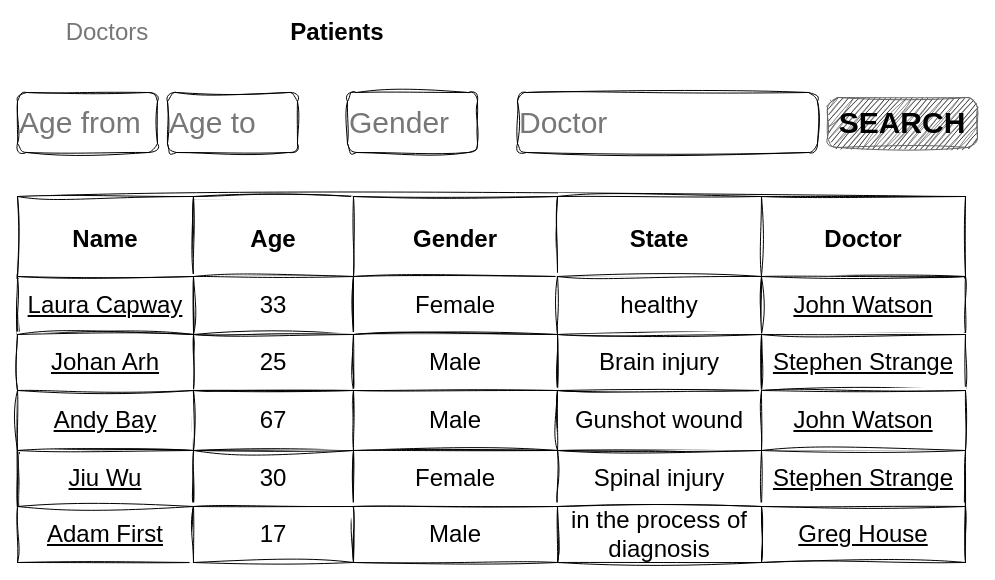
The draw.io diagram page "Patient list" (4 of 6) of documentation/micropeutist drawio.drawio in DmytroY/EPAM_Flask, before the edit. Source tidied: cells renumbered, new cells numbered last; positions are measured from the earlier drawing's top-left corner, leaving out a move shared by most shapes. Both pictures are drawn from the tidied source at 100%, with x=0, y=0 at pixel (17, 17).
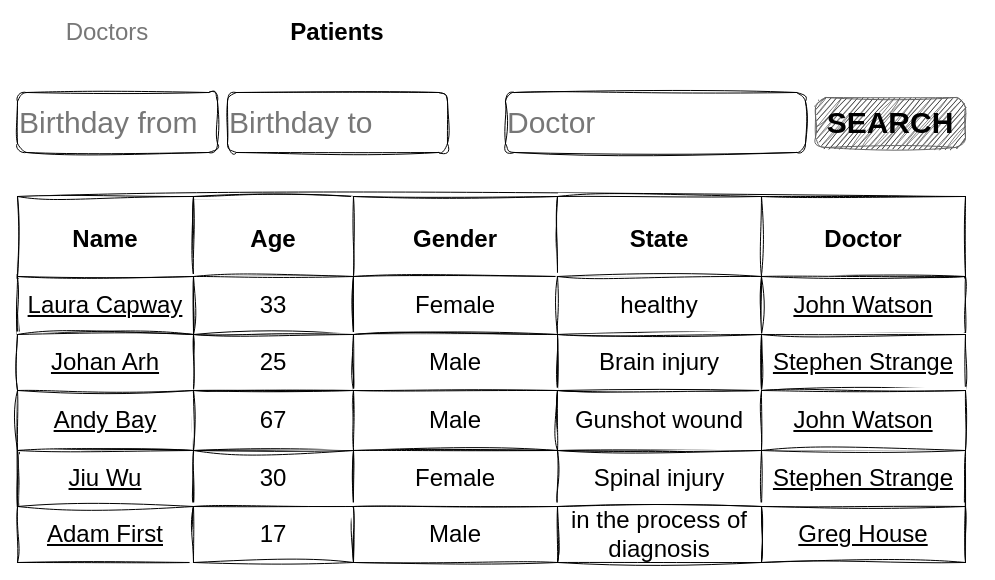
The same diagram, later.

What changed in the source:
```diff
@@
     <mxCell id="41" value="SEARCH" style="strokeWidth=1;shadow=0;dashed=0;align=center;html=1;shape=mxgraph.mockup.buttons.button;strokeColor=#666666;fontColor=default;mainText=;buttonStyle=round;fontSize=30;fontStyle=1;fillColor=#000000;whiteSpace=wrap;rounded=0;labelBackgroundColor=none;labelBorderColor=none;sketch=1;hachureGap=4;jiggle=2;curveFitting=1;fontFamily=Helvetica;fillStyle=hachure;" parent="1" vertex="1">
-      <mxGeometry x="810" y="80" width="150" height="50" as="geometry" />
+      <mxGeometry x="798" y="80" width="150" height="50" as="geometry" />
     </mxCell>
-    <mxCell id="42" value="&lt;font color=&quot;#777777&quot;&gt;Age from&lt;/font&gt;" style="rounded=1;whiteSpace=wrap;html=1;shadow=0;labelBackgroundColor=none;labelBorderColor=none;sketch=1;hachureGap=4;jiggle=2;fillStyle=hachure;curveFitting=1;fontFamily=Helvetica;fontSize=30;fontColor=default;fillColor=none;align=left;" parent="1" vertex="1">
-      <mxGeometry y="75" width="140" height="60" as="geometry" />
-    </mxCell>
-    <mxCell id="43" value="&lt;font color=&quot;#777777&quot;&gt;Gender&lt;/font&gt;" style="rounded=1;whiteSpace=wrap;html=1;shadow=0;labelBackgroundColor=none;labelBorderColor=none;sketch=1;hachureGap=4;jiggle=2;fillStyle=hachure;curveFitting=1;fontFamily=Helvetica;fontSize=30;fontColor=default;fillColor=none;align=left;" parent="1" vertex="1">
-      <mxGeometry x="330" y="75" width="130" height="60" as="geometry" />
-    </mxCell>
     <mxCell id="44" value="&lt;font color=&quot;#777777&quot;&gt;Doctor&lt;/font&gt;" style="rounded=1;whiteSpace=wrap;html=1;shadow=0;labelBackgroundColor=none;labelBorderColor=none;sketch=1;hachureGap=4;jiggle=2;fillStyle=hachure;curveFitting=1;fontFamily=Helvetica;fontSize=30;fontColor=default;fillColor=none;align=left;" parent="1" vertex="1">
-      <mxGeometry x="500" y="75" width="300" height="60" as="geometry" />
+      <mxGeometry x="488" y="75" width="300" height="60" as="geometry" />
     </mxCell>
-    <mxCell id="45" value="&lt;font color=&quot;#777777&quot;&gt;Age to&lt;/font&gt;" style="rounded=1;whiteSpace=wrap;html=1;shadow=0;labelBackgroundColor=none;labelBorderColor=none;sketch=1;hachureGap=4;jiggle=2;fillStyle=hachure;curveFitting=1;fontFamily=Helvetica;fontSize=30;fontColor=default;fillColor=none;align=left;" parent="1" vertex="1">
-      <mxGeometry x="150" y="75" width="130" height="60" as="geometry" />
-    </mxCell>
+    <mxCell id="46" value="&lt;font color=&quot;#777777&quot;&gt;Birthday from&lt;/font&gt;" style="rounded=1;whiteSpace=wrap;html=1;shadow=0;labelBackgroundColor=none;labelBorderColor=none;sketch=1;hachureGap=4;jiggle=2;fillStyle=hachure;curveFitting=1;fontFamily=Helvetica;fontSize=30;fontColor=default;fillColor=none;align=left;" parent="1" vertex="1">
+      <mxGeometry y="75" width="200" height="60" as="geometry" />
+    </mxCell>
+    <mxCell id="47" value="&lt;font color=&quot;#777777&quot;&gt;Birthday to&lt;/font&gt;" style="rounded=1;whiteSpace=wrap;html=1;shadow=0;labelBackgroundColor=none;labelBorderColor=none;sketch=1;hachureGap=4;jiggle=2;fillStyle=hachure;curveFitting=1;fontFamily=Helvetica;fontSize=30;fontColor=default;fillColor=none;align=left;" parent="1" vertex="1">
+      <mxGeometry x="210" y="75" width="220" height="60" as="geometry" />
+    </mxCell>
```
